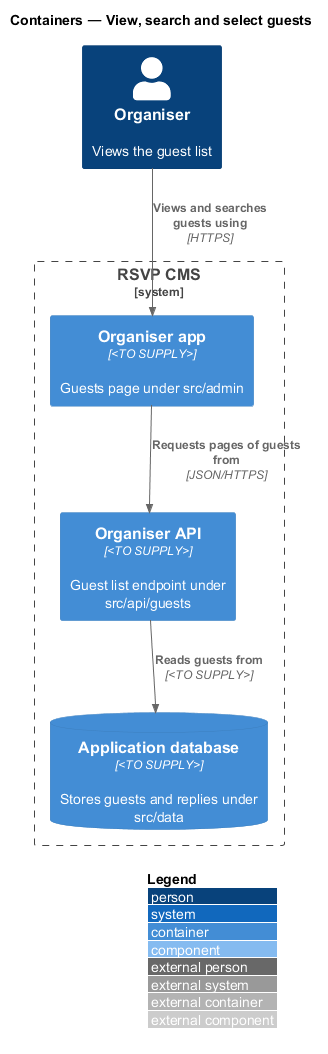
QuinntyneBrown/rsvp-cms keeps this PlantUML diagram as docs/detailed-designs/guests/view-guest-list/diagrams/c4-container.png. Above is the earlier version. Source of this version:
```plantuml
@startuml
!include <C4/C4_Component>
LAYOUT_WITH_LEGEND()
title Containers — View, search and select guests

Person(organiser, "Organiser", "Views the guest list")
System_Boundary(cms, "RSVP CMS") {
  Container(admin, "Organiser app", "<TO SUPPLY>", "Guests page under src/admin")
  Container(api, "Organiser API", "<TO SUPPLY>", "Guest list endpoint under src/api/guests")
  ContainerDb(db, "Application database", "<TO SUPPLY>", "Stores guests and replies under src/data")
}

Rel(organiser, admin, "Views and searches guests using", "HTTPS")
Rel(admin, api, "Requests pages of guests from", "JSON/HTTPS")
Rel(api, db, "Reads guests from", "<TO SUPPLY>")
@enduml
```
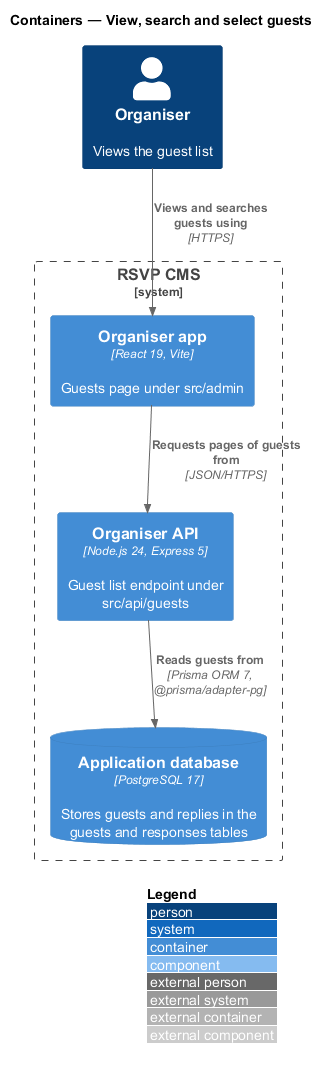
The same file after the commit.

Change to the diagram source:
```diff
@@ -5,12 +5,12 @@
 
 Person(organiser, "Organiser", "Views the guest list")
 System_Boundary(cms, "RSVP CMS") {
-  Container(admin, "Organiser app", "<TO SUPPLY>", "Guests page under src/admin")
-  Container(api, "Organiser API", "<TO SUPPLY>", "Guest list endpoint under src/api/guests")
-  ContainerDb(db, "Application database", "<TO SUPPLY>", "Stores guests and replies under src/data")
+  Container(admin, "Organiser app", "React 19, Vite", "Guests page under src/admin")
+  Container(api, "Organiser API", "Node.js 24, Express 5", "Guest list endpoint under src/api/guests")
+  ContainerDb(db, "Application database", "PostgreSQL 17", "Stores guests and replies in the guests and responses tables")
 }
 
 Rel(organiser, admin, "Views and searches guests using", "HTTPS")
 Rel(admin, api, "Requests pages of guests from", "JSON/HTTPS")
-Rel(api, db, "Reads guests from", "<TO SUPPLY>")
+Rel(api, db, "Reads guests from", "Prisma ORM 7, @prisma/adapter-pg")
 @enduml
```
